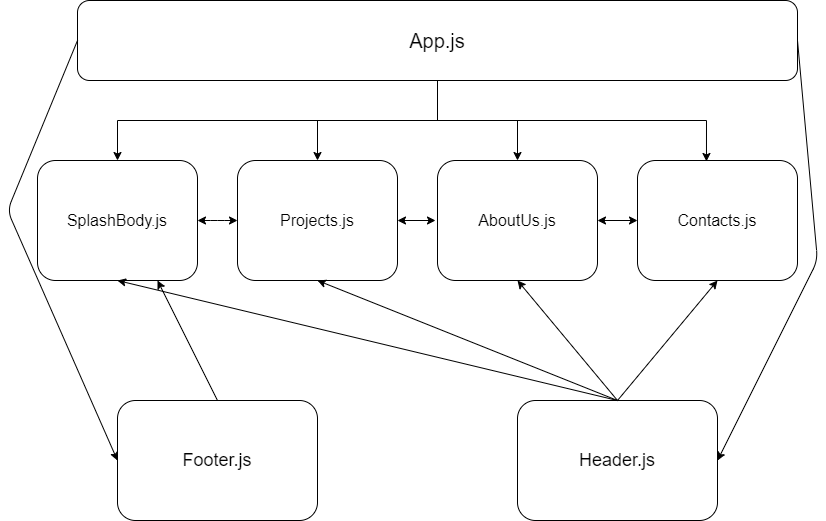
jamisoncozart/Pacific-Resources-Group keeps this draw.io diagram as src/Assets/PRGComponentMap.png. Above is the earlier version. Source tidied: cells renumbered, new cells last; positions are measured from the earlier drawing's top-left corner, leaving out a move shared by most shapes. The source it was exported from:
```xml
<mxGraphModel>
  <root>
    <mxCell id="0" />
    <mxCell id="1" parent="0" />
    <mxCell id="2" style="edgeStyle=orthogonalEdgeStyle;rounded=0;jettySize=auto;html=1;entryX=0.5;entryY=0;entryDx=0;entryDy=0;" parent="1" edge="1" source="6" target="8">
      <mxGeometry relative="1" as="geometry" />
    </mxCell>
    <mxCell id="3" style="edgeStyle=orthogonalEdgeStyle;rounded=0;jettySize=auto;html=1;entryX=0.5;entryY=0;entryDx=0;entryDy=0;" parent="1" edge="1" source="6" target="9">
      <mxGeometry relative="1" as="geometry" />
    </mxCell>
    <mxCell id="4" style="edgeStyle=orthogonalEdgeStyle;rounded=0;jettySize=auto;html=1;" parent="1" edge="1" source="6" target="10">
      <mxGeometry relative="1" as="geometry" />
    </mxCell>
    <mxCell id="5" style="edgeStyle=orthogonalEdgeStyle;rounded=0;jettySize=auto;html=1;entryX=0.431;entryY=0.008;entryDx=0;entryDy=0;entryPerimeter=0;" parent="1" edge="1" source="6" target="11">
      <mxGeometry relative="1" as="geometry" />
    </mxCell>
    <mxCell id="6" style="rounded=1;whiteSpace=wrap;html=1;" parent="1" vertex="1">
      <mxGeometry x="70" width="720" height="80" as="geometry" />
    </mxCell>
    <mxCell id="7" value="&lt;font style=&quot;font-size: 20px&quot;&gt;App.js&lt;/font&gt;" style="text;html=1;strokeColor=none;fillColor=none;align=center;verticalAlign=middle;whiteSpace=wrap;rounded=0;" parent="1" vertex="1">
      <mxGeometry x="190" y="20" width="480" height="40" as="geometry" />
    </mxCell>
    <mxCell id="8" style="rounded=1;whiteSpace=wrap;html=1;" parent="1" vertex="1">
      <mxGeometry x="30" y="160" width="160" height="120" as="geometry" />
    </mxCell>
    <mxCell id="9" style="rounded=1;whiteSpace=wrap;html=1;" parent="1" vertex="1">
      <mxGeometry x="230" y="160" width="160" height="120" as="geometry" />
    </mxCell>
    <mxCell id="10" style="rounded=1;whiteSpace=wrap;html=1;" parent="1" vertex="1">
      <mxGeometry x="430" y="160" width="160" height="120" as="geometry" />
    </mxCell>
    <mxCell id="11" style="rounded=1;whiteSpace=wrap;html=1;" parent="1" vertex="1">
      <mxGeometry x="630" y="160" width="160" height="120" as="geometry" />
    </mxCell>
    <mxCell id="12" style="endArrow=classic;startArrow=classic;html=1;exitX=1;exitY=0.5;exitDx=0;exitDy=0;entryX=0;entryY=0.5;entryDx=0;entryDy=0;" parent="1" edge="1" source="8" target="9">
      <mxGeometry relative="1" as="geometry">
        <Array as="points">
          <mxPoint x="210" y="220" />
        </Array>
      </mxGeometry>
    </mxCell>
    <mxCell id="13" style="endArrow=classic;startArrow=classic;html=1;exitX=1;exitY=0.5;exitDx=0;exitDy=0;" parent="1" edge="1" source="9">
      <mxGeometry relative="1" as="geometry">
        <mxPoint x="428" y="220" as="targetPoint" />
      </mxGeometry>
    </mxCell>
    <mxCell id="14" style="endArrow=classic;startArrow=classic;html=1;entryX=0;entryY=0.5;entryDx=0;entryDy=0;exitX=1;exitY=0.5;exitDx=0;exitDy=0;" parent="1" edge="1" source="10" target="11">
      <mxGeometry relative="1" as="geometry" />
    </mxCell>
    <mxCell id="15" value="&lt;font style=&quot;font-size: 16px&quot;&gt;SplashBody.js&lt;/font&gt;" style="text;html=1;strokeColor=none;fillColor=none;align=center;verticalAlign=middle;whiteSpace=wrap;rounded=0;" parent="1" vertex="1">
      <mxGeometry x="55" y="200" width="110" height="40" as="geometry" />
    </mxCell>
    <mxCell id="16" value="&lt;span style=&quot;font-size: 16px&quot;&gt;Projects.js&lt;/span&gt;" style="text;html=1;strokeColor=none;fillColor=none;align=center;verticalAlign=middle;whiteSpace=wrap;rounded=0;" parent="1" vertex="1">
      <mxGeometry x="255" y="200" width="110" height="40" as="geometry" />
    </mxCell>
    <mxCell id="17" value="&lt;font style=&quot;font-size: 16px&quot;&gt;AboutUs.js&lt;/font&gt;" style="text;html=1;strokeColor=none;fillColor=none;align=center;verticalAlign=middle;whiteSpace=wrap;rounded=0;" parent="1" vertex="1">
      <mxGeometry x="455" y="200" width="110" height="40" as="geometry" />
    </mxCell>
    <mxCell id="18" value="&lt;font style=&quot;font-size: 16px&quot;&gt;Contacts.js&lt;/font&gt;" style="text;html=1;strokeColor=none;fillColor=none;align=center;verticalAlign=middle;whiteSpace=wrap;rounded=0;" parent="1" vertex="1">
      <mxGeometry x="655" y="200" width="110" height="40" as="geometry" />
    </mxCell>
    <mxCell id="19" style="rounded=1;whiteSpace=wrap;html=1;" parent="1" vertex="1">
      <mxGeometry x="510" y="400" width="200" height="120" as="geometry" />
    </mxCell>
    <mxCell id="20" style="rounded=1;whiteSpace=wrap;html=1;" parent="1" vertex="1">
      <mxGeometry x="110" y="400" width="200" height="120" as="geometry" />
    </mxCell>
    <mxCell id="21" value="&lt;font style=&quot;font-size: 18px&quot;&gt;Header.js&lt;/font&gt;" style="text;html=1;strokeColor=none;fillColor=none;align=center;verticalAlign=middle;whiteSpace=wrap;rounded=0;" parent="1" vertex="1">
      <mxGeometry x="550" y="440" width="120" height="40" as="geometry" />
    </mxCell>
    <mxCell id="22" value="&lt;font style=&quot;font-size: 18px&quot;&gt;Footer.js&lt;/font&gt;" style="text;html=1;strokeColor=none;fillColor=none;align=center;verticalAlign=middle;whiteSpace=wrap;rounded=0;" parent="1" vertex="1">
      <mxGeometry x="150" y="440" width="120" height="40" as="geometry" />
    </mxCell>
    <mxCell id="23" style="endArrow=classic;html=1;entryX=0.5;entryY=1;entryDx=0;entryDy=0;exitX=0.5;exitY=0;exitDx=0;exitDy=0;" parent="1" edge="1" source="19" target="8">
      <mxGeometry relative="1" as="geometry" />
    </mxCell>
    <mxCell id="24" style="endArrow=classic;html=1;entryX=0.5;entryY=1;entryDx=0;entryDy=0;exitX=0.5;exitY=0;exitDx=0;exitDy=0;" parent="1" edge="1" source="19" target="9">
      <mxGeometry relative="1" as="geometry" />
    </mxCell>
    <mxCell id="25" style="endArrow=classic;html=1;entryX=0.5;entryY=1;entryDx=0;entryDy=0;exitX=0.5;exitY=0;exitDx=0;exitDy=0;" parent="1" edge="1" source="19" target="10">
      <mxGeometry relative="1" as="geometry" />
    </mxCell>
    <mxCell id="26" style="endArrow=classic;html=1;entryX=0.5;entryY=1;entryDx=0;entryDy=0;exitX=0.5;exitY=0;exitDx=0;exitDy=0;" parent="1" edge="1" source="19" target="11">
      <mxGeometry relative="1" as="geometry" />
    </mxCell>
    <mxCell id="27" style="endArrow=classic;html=1;entryX=0.75;entryY=1;entryDx=0;entryDy=0;exitX=0.5;exitY=0;exitDx=0;exitDy=0;" parent="1" edge="1" source="20" target="8">
      <mxGeometry relative="1" as="geometry" />
    </mxCell>
    <mxCell id="28" style="endArrow=classic;html=1;entryX=1;entryY=0.5;entryDx=0;entryDy=0;exitX=1;exitY=0.5;exitDx=0;exitDy=0;" parent="1" edge="1" source="6" target="19">
      <mxGeometry relative="1" as="geometry">
        <Array as="points">
          <mxPoint x="810" y="260" />
        </Array>
      </mxGeometry>
    </mxCell>
    <mxCell id="29" style="endArrow=classic;html=1;exitX=0;exitY=0.5;exitDx=0;exitDy=0;entryX=0;entryY=0.5;entryDx=0;entryDy=0;" parent="1" edge="1" source="6" target="20">
      <mxGeometry relative="1" as="geometry">
        <Array as="points">
          <mxPoint y="210" />
        </Array>
      </mxGeometry>
    </mxCell>
  </root>
</mxGraphModel>
```
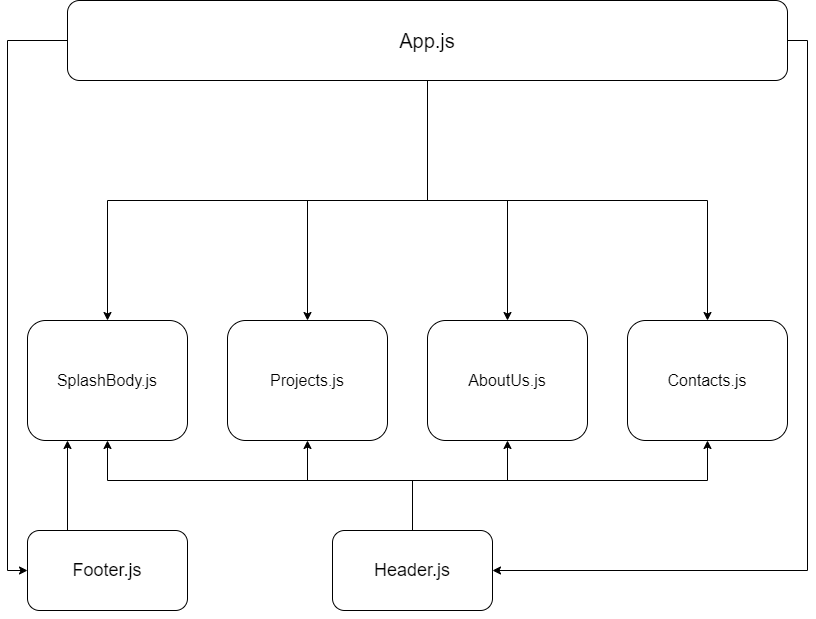
Above is the later version.

Commit message:
Update Component Map

The edit, as a diff of the source:
```diff
@@ -2,23 +2,39 @@
   <root>
     <mxCell id="0" />
     <mxCell id="1" parent="0" />
-    <mxCell id="2" style="edgeStyle=orthogonalEdgeStyle;rounded=0;jettySize=auto;html=1;entryX=0.5;entryY=0;entryDx=0;entryDy=0;" parent="1" edge="1" source="6" target="8">
+    <mxCell id="2" style="edgeStyle=orthogonalEdgeStyle;rounded=0;jettySize=auto;html=1;" parent="1" edge="1" source="6" target="8">
       <mxGeometry relative="1" as="geometry" />
     </mxCell>
     <mxCell id="3" style="edgeStyle=orthogonalEdgeStyle;rounded=0;jettySize=auto;html=1;entryX=0.5;entryY=0;entryDx=0;entryDy=0;" parent="1" edge="1" source="6" target="9">
       <mxGeometry relative="1" as="geometry" />
     </mxCell>
-    <mxCell id="4" style="edgeStyle=orthogonalEdgeStyle;rounded=0;jettySize=auto;html=1;" parent="1" edge="1" source="6" target="10">
+    <mxCell id="4" style="edgeStyle=orthogonalEdgeStyle;rounded=0;jettySize=auto;html=1;entryX=0.5;entryY=0;entryDx=0;entryDy=0;" parent="1" edge="1" source="6" target="10">
       <mxGeometry relative="1" as="geometry" />
     </mxCell>
-    <mxCell id="5" style="edgeStyle=orthogonalEdgeStyle;rounded=0;jettySize=auto;html=1;entryX=0.431;entryY=0.008;entryDx=0;entryDy=0;entryPerimeter=0;" parent="1" edge="1" source="6" target="11">
+    <mxCell id="5" style="edgeStyle=orthogonalEdgeStyle;rounded=0;jettySize=auto;html=1;" parent="1" edge="1" source="6" target="11">
       <mxGeometry relative="1" as="geometry" />
     </mxCell>
+    <mxCell id="29" style="edgeStyle=orthogonalEdgeStyle;rounded=0;jettySize=auto;html=1;entryX=0;entryY=0.5;entryDx=0;entryDy=0;" parent="1" edge="1" source="6" target="20">
+      <mxGeometry relative="1" as="geometry">
+        <Array as="points">
+          <mxPoint x="10" y="-120" />
+          <mxPoint x="10" y="410" />
+        </Array>
+      </mxGeometry>
+    </mxCell>
+    <mxCell id="28" style="edgeStyle=orthogonalEdgeStyle;rounded=0;jettySize=auto;html=1;entryX=1;entryY=0.5;entryDx=0;entryDy=0;" parent="1" edge="1" source="6" target="19">
+      <mxGeometry relative="1" as="geometry">
+        <Array as="points">
+          <mxPoint x="810" y="-120" />
+          <mxPoint x="810" y="410" />
+        </Array>
+      </mxGeometry>
+    </mxCell>
     <mxCell id="6" style="rounded=1;whiteSpace=wrap;html=1;" parent="1" vertex="1">
-      <mxGeometry x="70" width="720" height="80" as="geometry" />
+      <mxGeometry x="70" y="-160" width="720" height="80" as="geometry" />
     </mxCell>
     <mxCell id="7" value="&lt;font style=&quot;font-size: 20px&quot;&gt;App.js&lt;/font&gt;" style="text;html=1;strokeColor=none;fillColor=none;align=center;verticalAlign=middle;whiteSpace=wrap;rounded=0;" parent="1" vertex="1">
-      <mxGeometry x="190" y="20" width="480" height="40" as="geometry" />
+      <mxGeometry x="190" y="-140" width="480" height="40" as="geometry" />
     </mxCell>
     <mxCell id="8" style="rounded=1;whiteSpace=wrap;html=1;" parent="1" vertex="1">
       <mxGeometry x="30" y="160" width="160" height="120" as="geometry" />
@@ -32,21 +48,6 @@
     <mxCell id="11" style="rounded=1;whiteSpace=wrap;html=1;" parent="1" vertex="1">
       <mxGeometry x="630" y="160" width="160" height="120" as="geometry" />
     </mxCell>
-    <mxCell id="12" style="endArrow=classic;startArrow=classic;html=1;exitX=1;exitY=0.5;exitDx=0;exitDy=0;entryX=0;entryY=0.5;entryDx=0;entryDy=0;" parent="1" edge="1" source="8" target="9">
-      <mxGeometry relative="1" as="geometry">
-        <Array as="points">
-          <mxPoint x="210" y="220" />
-        </Array>
-      </mxGeometry>
-    </mxCell>
-    <mxCell id="13" style="endArrow=classic;startArrow=classic;html=1;exitX=1;exitY=0.5;exitDx=0;exitDy=0;" parent="1" edge="1" source="9">
-      <mxGeometry relative="1" as="geometry">
-        <mxPoint x="428" y="220" as="targetPoint" />
-      </mxGeometry>
-    </mxCell>
-    <mxCell id="14" style="endArrow=classic;startArrow=classic;html=1;entryX=0;entryY=0.5;entryDx=0;entryDy=0;exitX=1;exitY=0.5;exitDx=0;exitDy=0;" parent="1" edge="1" source="10" target="11">
-      <mxGeometry relative="1" as="geometry" />
-    </mxCell>
     <mxCell id="15" value="&lt;font style=&quot;font-size: 16px&quot;&gt;SplashBody.js&lt;/font&gt;" style="text;html=1;strokeColor=none;fillColor=none;align=center;verticalAlign=middle;whiteSpace=wrap;rounded=0;" parent="1" vertex="1">
       <mxGeometry x="55" y="200" width="110" height="40" as="geometry" />
     </mxCell>
@@ -59,46 +60,58 @@
     <mxCell id="18" value="&lt;font style=&quot;font-size: 16px&quot;&gt;Contacts.js&lt;/font&gt;" style="text;html=1;strokeColor=none;fillColor=none;align=center;verticalAlign=middle;whiteSpace=wrap;rounded=0;" parent="1" vertex="1">
       <mxGeometry x="655" y="200" width="110" height="40" as="geometry" />
     </mxCell>
+    <mxCell id="24" style="edgeStyle=orthogonalEdgeStyle;rounded=0;jettySize=auto;html=1;entryX=0.5;entryY=1;entryDx=0;entryDy=0;" parent="1" edge="1" source="19" target="9">
+      <mxGeometry relative="1" as="geometry">
+        <Array as="points">
+          <mxPoint x="415" y="320" />
+          <mxPoint x="310" y="320" />
+        </Array>
+      </mxGeometry>
+    </mxCell>
     <mxCell id="19" style="rounded=1;whiteSpace=wrap;html=1;" parent="1" vertex="1">
-      <mxGeometry x="510" y="400" width="200" height="120" as="geometry" />
+      <mxGeometry x="335" y="370" width="160" height="80" as="geometry" />
     </mxCell>
+    <mxCell id="27" style="edgeStyle=orthogonalEdgeStyle;rounded=0;jettySize=auto;html=1;entryX=0.25;entryY=1;entryDx=0;entryDy=0;exitX=0.25;exitY=0;exitDx=0;exitDy=0;" parent="1" edge="1" source="20" target="8">
+      <mxGeometry relative="1" as="geometry" />
+    </mxCell>
     <mxCell id="20" style="rounded=1;whiteSpace=wrap;html=1;" parent="1" vertex="1">
-      <mxGeometry x="110" y="400" width="200" height="120" as="geometry" />
+      <mxGeometry x="30" y="370" width="160" height="80" as="geometry" />
     </mxCell>
+    <mxCell id="22" value="&lt;font style=&quot;font-size: 18px&quot;&gt;Footer.js&lt;/font&gt;" style="text;html=1;strokeColor=none;fillColor=none;align=center;verticalAlign=middle;whiteSpace=wrap;rounded=0;" parent="1" vertex="1">
+      <mxGeometry x="50" y="390" width="120" height="40" as="geometry" />
+    </mxCell>
+    <mxCell id="30" style="edgeStyle=orthogonalEdgeStyle;rounded=0;jettySize=auto;html=1;entryX=0.5;entryY=1;entryDx=0;entryDy=0;" parent="1" edge="1" target="8">
+      <mxGeometry relative="1" as="geometry">
+        <mxPoint x="415" y="370" as="sourcePoint" />
+        <Array as="points">
+          <mxPoint x="415" y="320" />
+          <mxPoint x="110" y="320" />
+        </Array>
+      </mxGeometry>
+    </mxCell>
+    <mxCell id="31" style="edgeStyle=orthogonalEdgeStyle;rounded=0;jettySize=auto;html=1;entryX=0.5;entryY=1;entryDx=0;entryDy=0;" parent="1" edge="1" target="10">
+      <mxGeometry relative="1" as="geometry">
+        <mxPoint x="415" y="370" as="sourcePoint" />
+        <Array as="points">
+          <mxPoint x="415" y="320" />
+          <mxPoint x="510" y="320" />
+        </Array>
+      </mxGeometry>
+    </mxCell>
+    <mxCell id="32" style="edgeStyle=orthogonalEdgeStyle;rounded=0;jettySize=auto;html=1;entryX=0.5;entryY=1;entryDx=0;entryDy=0;" parent="1" edge="1" target="11">
+      <mxGeometry relative="1" as="geometry">
+        <mxPoint x="415" y="370" as="sourcePoint" />
+        <Array as="points">
+          <mxPoint x="415" y="320" />
+          <mxPoint x="710" y="320" />
+        </Array>
+      </mxGeometry>
+    </mxCell>
     <mxCell id="21" value="&lt;font style=&quot;font-size: 18px&quot;&gt;Header.js&lt;/font&gt;" style="text;html=1;strokeColor=none;fillColor=none;align=center;verticalAlign=middle;whiteSpace=wrap;rounded=0;" parent="1" vertex="1">
-      <mxGeometry x="550" y="440" width="120" height="40" as="geometry" />
+      <mxGeometry x="355" y="390" width="120" height="40" as="geometry" />
     </mxCell>
-    <mxCell id="22" value="&lt;font style=&quot;font-size: 18px&quot;&gt;Footer.js&lt;/font&gt;" style="text;html=1;strokeColor=none;fillColor=none;align=center;verticalAlign=middle;whiteSpace=wrap;rounded=0;" parent="1" vertex="1">
-      <mxGeometry x="150" y="440" width="120" height="40" as="geometry" />
-    </mxCell>
-    <mxCell id="23" style="endArrow=classic;html=1;entryX=0.5;entryY=1;entryDx=0;entryDy=0;exitX=0.5;exitY=0;exitDx=0;exitDy=0;" parent="1" edge="1" source="19" target="8">
-      <mxGeometry relative="1" as="geometry" />
-    </mxCell>
-    <mxCell id="24" style="endArrow=classic;html=1;entryX=0.5;entryY=1;entryDx=0;entryDy=0;exitX=0.5;exitY=0;exitDx=0;exitDy=0;" parent="1" edge="1" source="19" target="9">
-      <mxGeometry relative="1" as="geometry" />
-    </mxCell>
-    <mxCell id="25" style="endArrow=classic;html=1;entryX=0.5;entryY=1;entryDx=0;entryDy=0;exitX=0.5;exitY=0;exitDx=0;exitDy=0;" parent="1" edge="1" source="19" target="10">
-      <mxGeometry relative="1" as="geometry" />
-    </mxCell>
-    <mxCell id="26" style="endArrow=classic;html=1;entryX=0.5;entryY=1;entryDx=0;entryDy=0;exitX=0.5;exitY=0;exitDx=0;exitDy=0;" parent="1" edge="1" source="19" target="11">
-      <mxGeometry relative="1" as="geometry" />
-    </mxCell>
-    <mxCell id="27" style="endArrow=classic;html=1;entryX=0.75;entryY=1;entryDx=0;entryDy=0;exitX=0.5;exitY=0;exitDx=0;exitDy=0;" parent="1" edge="1" source="20" target="8">
-      <mxGeometry relative="1" as="geometry" />
-    </mxCell>
-    <mxCell id="28" style="endArrow=classic;html=1;entryX=1;entryY=0.5;entryDx=0;entryDy=0;exitX=1;exitY=0.5;exitDx=0;exitDy=0;" parent="1" edge="1" source="6" target="19">
-      <mxGeometry relative="1" as="geometry">
-        <Array as="points">
-          <mxPoint x="810" y="260" />
-        </Array>
-      </mxGeometry>
-    </mxCell>
-    <mxCell id="29" style="endArrow=classic;html=1;exitX=0;exitY=0.5;exitDx=0;exitDy=0;entryX=0;entryY=0.5;entryDx=0;entryDy=0;" parent="1" edge="1" source="6" target="20">
-      <mxGeometry relative="1" as="geometry">
-        <Array as="points">
-          <mxPoint y="210" />
-        </Array>
-      </mxGeometry>
-    </mxCell>
+    <mxCell id="33" style="edgeStyle=orthogonalEdgeStyle;rounded=0;orthogonalLoop=1;jettySize=auto;html=1;exitX=0.5;exitY=1;exitDx=0;exitDy=0;" parent="1" edge="1" source="19" target="19">
+      <mxGeometry relative="1" as="geometry" />
+    </mxCell>
   </root>
 </mxGraphModel>
```
